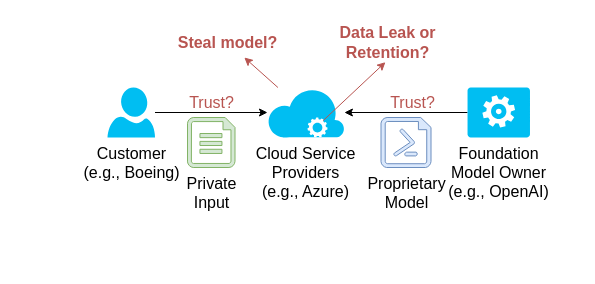
This is page "threeparties" (2 of 8) of ConfidentialComputing/confAI_current.drawio from ya0guang/researches, a draw.io file, before an edit. Source tidied: cells renumbered, new cells numbered last; positions are measured from the earlier drawing's top-left corner, leaving out a move shared by most shapes. Both pictures are drawn from the tidied source at 100%, with x=0, y=0 at pixel (107, 17). Pictures stored in the file or linked from it are replaced by grey dashed boxes.
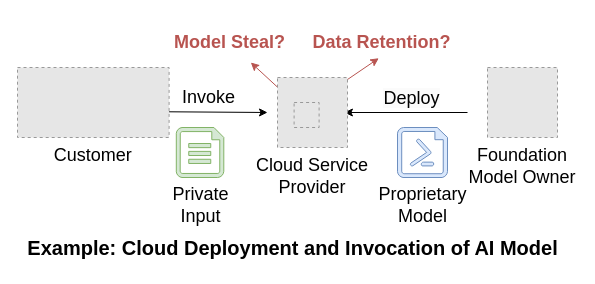
The same page after the edit.

Diff of the diagram source:
```diff
@@
-    <mxCell id="2" value="&lt;font style=&quot;font-size: 16px;&quot;&gt;Cloud Service&lt;br&gt;Providers&lt;br&gt;(e.g., Azure)&lt;/font&gt;" style="verticalLabelPosition=bottom;html=1;verticalAlign=top;align=center;strokeColor=none;fillColor=#00BEF2;shape=mxgraph.azure.cloud;" parent="1" vertex="1">
-      <mxGeometry x="160" y="70" width="76.9" height="50" as="geometry" />
-    </mxCell>
-    <mxCell id="3" style="rounded=0;jettySize=auto;html=1;startArrow=classic;startFill=1;endArrow=none;endFill=0;" parent="1" edge="1" source="2" target="11">
-      <mxGeometry relative="1" as="geometry" />
+    <mxCell id="3" style="rounded=0;orthogonalLoop=1;jettySize=auto;html=1;startArrow=classic;startFill=1;endArrow=none;endFill=0;" parent="1" edge="1">
+      <mxGeometry relative="1" as="geometry">
+        <mxPoint x="236.9" y="95" as="sourcePoint" />
+        <mxPoint x="360" y="95" as="targetPoint" />
+      </mxGeometry>
     </mxCell>
-    <mxCell id="4" value="&lt;font style=&quot;font-size: 16px;&quot;&gt;Customer&lt;br&gt;(e.g., Boeing)&lt;/font&gt;" style="verticalLabelPosition=bottom;html=1;verticalAlign=top;align=center;strokeColor=none;fillColor=#00BEF2;shape=mxgraph.azure.user;" parent="1" vertex="1">
-      <mxGeometry y="70" width="47.5" height="50" as="geometry" />
-    </mxCell>
+    <mxCell id="16" value="&lt;span style=&quot;font-size: 18px; background-color: rgb(251, 251, 251);&quot;&gt;Deploy&lt;/span&gt;" style="edgeLabel;html=1;align=center;verticalAlign=middle;" parent="3" vertex="1">
+      <mxGeometry x="0.09" y="1" relative="1" as="geometry">
+        <mxPoint y="-14" as="offset" />
+      </mxGeometry>
+    </mxCell>
-    <mxCell id="5" value="&lt;font style=&quot;font-size: 16px;&quot;&gt;Proprietary&lt;br&gt;Model&lt;/font&gt;" style="verticalLabelPosition=bottom;html=1;verticalAlign=top;align=center;strokeColor=#6c8ebf;fillColor=#dae8fc;shape=mxgraph.azure.powershell_file;" parent="1" vertex="1">
-      <mxGeometry x="273.5" y="100" width="50" height="50" as="geometry" />
+    <mxCell id="5" value="&lt;font style=&quot;font-size: 18px;&quot;&gt;Proprietary&lt;br&gt;Model&lt;/font&gt;" style="verticalLabelPosition=bottom;html=1;verticalAlign=top;align=center;strokeColor=#6c8ebf;fillColor=#dae8fc;shape=mxgraph.azure.powershell_file;" parent="1" vertex="1">
+      <mxGeometry x="290" y="110" width="50" height="50" as="geometry" />
     </mxCell>
-    <mxCell id="6" value="&lt;span style=&quot;font-size: 16px;&quot;&gt;Private&lt;br&gt;Input&lt;/span&gt;" style="verticalLabelPosition=bottom;html=1;verticalAlign=top;align=center;strokeColor=#82b366;fillColor=#d5e8d4;shape=mxgraph.azure.file;" parent="1" vertex="1">
-      <mxGeometry x="80" y="100" width="47.5" height="50" as="geometry" />
+    <mxCell id="6" value="&lt;span style=&quot;font-size: 18px;&quot;&gt;Private&lt;br&gt;Input&lt;/span&gt;" style="verticalLabelPosition=bottom;html=1;verticalAlign=top;align=center;strokeColor=#82b366;fillColor=#d5e8d4;shape=mxgraph.azure.file;" parent="1" vertex="1">
+      <mxGeometry x="68.8" y="110" width="47.5" height="50" as="geometry" />
     </mxCell>
-    <mxCell id="7" value="&lt;font color=&quot;#b85450&quot; style=&quot;font-size: 16px;&quot;&gt;&lt;b&gt;Data Leak or&lt;br&gt;Retention?&lt;/b&gt;&lt;/font&gt;" style="text;html=1;align=center;verticalAlign=middle;points=[];strokeColor=none;fillColor=none;" parent="1" vertex="1">
-      <mxGeometry x="220" width="120" height="50" as="geometry" />
+    <mxCell id="7" value="&lt;font size=&quot;1&quot; color=&quot;#b85450&quot; style=&quot;&quot;&gt;&lt;b style=&quot;font-size: 18px;&quot;&gt;Data Retention?&lt;/b&gt;&lt;/font&gt;" style="text;html=1;align=center;verticalAlign=middle;points=[];strokeColor=none;fillColor=none;" parent="1" vertex="1">
+      <mxGeometry x="194" y="5" width="160" height="40" as="geometry" />
     </mxCell>
-    <mxCell id="8" value="&lt;font color=&quot;#b85450&quot;&gt;&lt;span style=&quot;font-size: 16px;&quot;&gt;&lt;b&gt;Steal model?&lt;br&gt;&lt;/b&gt;&lt;/span&gt;&lt;/font&gt;" style="text;html=1;align=center;verticalAlign=middle;points=[];strokeColor=none;fillColor=none;" parent="1" vertex="1">
-      <mxGeometry x="60" y="10" width="120" height="30" as="geometry" />
+    <mxCell id="8" value="&lt;font color=&quot;#b85450&quot;&gt;&lt;b style=&quot;&quot;&gt;&lt;font style=&quot;font-size: 18px;&quot;&gt;Model Steal?&lt;/font&gt;&lt;br&gt;&lt;/b&gt;&lt;/font&gt;" style="text;html=1;align=center;verticalAlign=middle;points=[];strokeColor=none;fillColor=none;" parent="1" vertex="1">
+      <mxGeometry x="56.6" y="5" width="130" height="40" as="geometry" />
     </mxCell>
-    <mxCell id="9" style="rounded=0;jettySize=auto;html=1;startArrow=none;startFill=0;" parent="1" edge="1" source="4">
+    <mxCell id="9" style="rounded=0;jettySize=auto;html=1;startArrow=none;startFill=0;exitX=0.945;exitY=0.632;exitDx=0;exitDy=0;exitPerimeter=0;" parent="1" edge="1" source="18">
       <mxGeometry relative="1" as="geometry">
         <mxPoint x="160" y="95" as="targetPoint" />
       </mxGeometry>
     </mxCell>
+    <mxCell id="17" value="&lt;font style=&quot;font-size: 18px;&quot;&gt;Invoke&lt;/font&gt;" style="edgeLabel;html=1;align=center;verticalAlign=middle;" parent="9" vertex="1">
+      <mxGeometry x="0.29" y="2" relative="1" as="geometry">
+        <mxPoint x="-22" y="-13" as="offset" />
+      </mxGeometry>
+    </mxCell>
-    <mxCell id="10" style="rounded=0;jettySize=auto;html=1;fillColor=#f8cecc;strokeColor=#b85450;" parent="1" edge="1" source="2" target="8">
-      <mxGeometry relative="1" as="geometry" />
+    <mxCell id="10" style="rounded=0;jettySize=auto;html=1;fillColor=#f8cecc;strokeColor=#b85450;" parent="1" edge="1" target="8">
+      <mxGeometry relative="1" as="geometry">
+        <mxPoint x="170.4" y="70" as="sourcePoint" />
+      </mxGeometry>
     </mxCell>
-    <mxCell id="11" value="&lt;span style=&quot;font-size: 16px;&quot;&gt;Foundation&lt;br&gt;Model Owner&lt;br&gt;(e.g., OpenAI)&lt;/span&gt;" style="verticalLabelPosition=bottom;html=1;verticalAlign=top;align=center;strokeColor=none;fillColor=#00BEF2;shape=mxgraph.azure.worker_role;" parent="1" vertex="1">
-      <mxGeometry x="360" y="70" width="62.5" height="50" as="geometry" />
-    </mxCell>
-    <mxCell id="12" style="rounded=0;jettySize=auto;html=1;entryX=0.483;entryY=0.893;entryDx=0;entryDy=0;entryPerimeter=0;fillColor=#f8cecc;strokeColor=#b85450;exitX=0.7;exitY=0.233;exitDx=0;exitDy=0;exitPerimeter=0;" parent="1" edge="1" source="13" target="7">
+    <mxCell id="12" style="rounded=0;jettySize=auto;html=1;entryX=0.483;entryY=0.893;entryDx=0;entryDy=0;entryPerimeter=0;fillColor=#f8cecc;strokeColor=#b85450;exitX=0.7;exitY=0.233;exitDx=0;exitDy=0;exitPerimeter=0;" parent="1" edge="1" source="20" target="7">
       <mxGeometry relative="1" as="geometry" />
     </mxCell>
-    <mxCell id="13" style="sketch=0;html=1;strokeColor=none;shadow=0;fillColor=#FFFFFF;verticalAlign=top;labelPosition=center;verticalLabelPosition=bottom;shape=mxgraph.gcp2.gear;" parent="1" vertex="1">
-      <mxGeometry x="200" y="100" width="20" height="20" as="geometry" />
-    </mxCell>
-    <mxCell id="14" value="&lt;font color=&quot;#b85450&quot; style=&quot;font-size: 16px;&quot;&gt;Trust?&lt;/font&gt;" style="text;html=1;align=center;verticalAlign=middle;strokeColor=none;fillColor=none;" parent="1" vertex="1">
-      <mxGeometry x="68.8" y="70" width="70" height="30" as="geometry" />
-    </mxCell>
-    <mxCell id="15" value="&lt;font color=&quot;#b85450&quot; style=&quot;font-size: 16px;&quot;&gt;Trust?&lt;/font&gt;" style="text;html=1;align=center;verticalAlign=middle;strokeColor=none;fillColor=none;" parent="1" vertex="1">
-      <mxGeometry x="270" y="70" width="70" height="30" as="geometry" />
-    </mxCell>
+    <mxCell id="18" value="Customer" style="fillColor=#E6E6E6;strokeColor=#999999;dashed=1;verticalLabelPosition=bottom;labelBackgroundColor=default;verticalAlign=top;fontSize=18;" parent="1" vertex="1">
+      <mxGeometry x="-90" y="50" width="151.6" height="70" as="geometry" />
+    </mxCell>
+    <mxCell id="19" value="Foundation&#10;Model Owner" style="fillColor=#E6E6E6;strokeColor=#999999;dashed=1;verticalLabelPosition=bottom;labelBackgroundColor=default;verticalAlign=top;fontSize=18;" parent="1" vertex="1">
+      <mxGeometry x="380" y="50" width="70" height="70" as="geometry" />
+    </mxCell>
+    <mxCell id="20" value="Cloud Service&#10;Provider" style="fillColor=#E6E6E6;strokeColor=#999999;dashed=1;verticalLabelPosition=bottom;labelBackgroundColor=default;verticalAlign=top;fontSize=18;" parent="1" vertex="1">
+      <mxGeometry x="170" y="60" width="70" height="70" as="geometry" />
+    </mxCell>
+    <mxCell id="21" style="fillColor=#E6E6E6;strokeColor=#999999;dashed=1;verticalLabelPosition=bottom;labelBackgroundColor=default;verticalAlign=top;fontSize=18;" parent="1" vertex="1">
+      <mxGeometry x="186.6" y="85" width="25" height="25" as="geometry" />
+    </mxCell>
+    <mxCell id="22" value="&lt;b&gt;&lt;font style=&quot;font-size: 20px;&quot;&gt;Example: Cloud Deployment and Invocation of AI Model&lt;/font&gt;&lt;/b&gt;" style="text;html=1;align=center;verticalAlign=middle;strokeColor=none;fillColor=none;" parent="1" vertex="1">
+      <mxGeometry x="-90" y="210" width="550" height="40" as="geometry" />
+    </mxCell>
```
